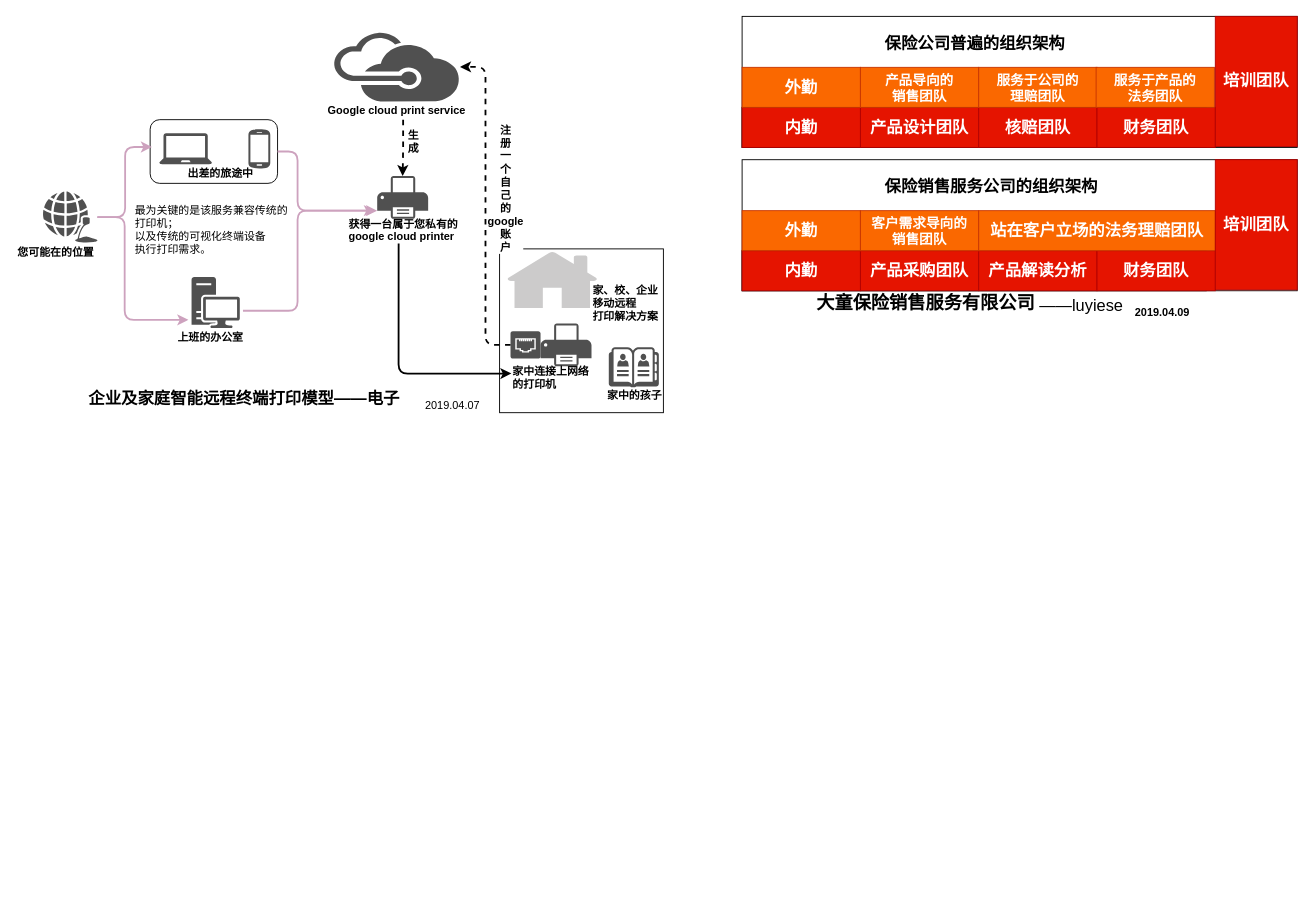
Before: 大童保险服务.drawio in UTOUUCENTER-CD/draw.io, a draw.io diagram. Source tidied: cells renumbered, new cells numbered last; positions are measured from the earlier drawing's top-left corner, leaving out a move shared by most shapes. Both pictures are drawn from the tidied source at 91%, with x=0, y=0 at pixel (15, 16).
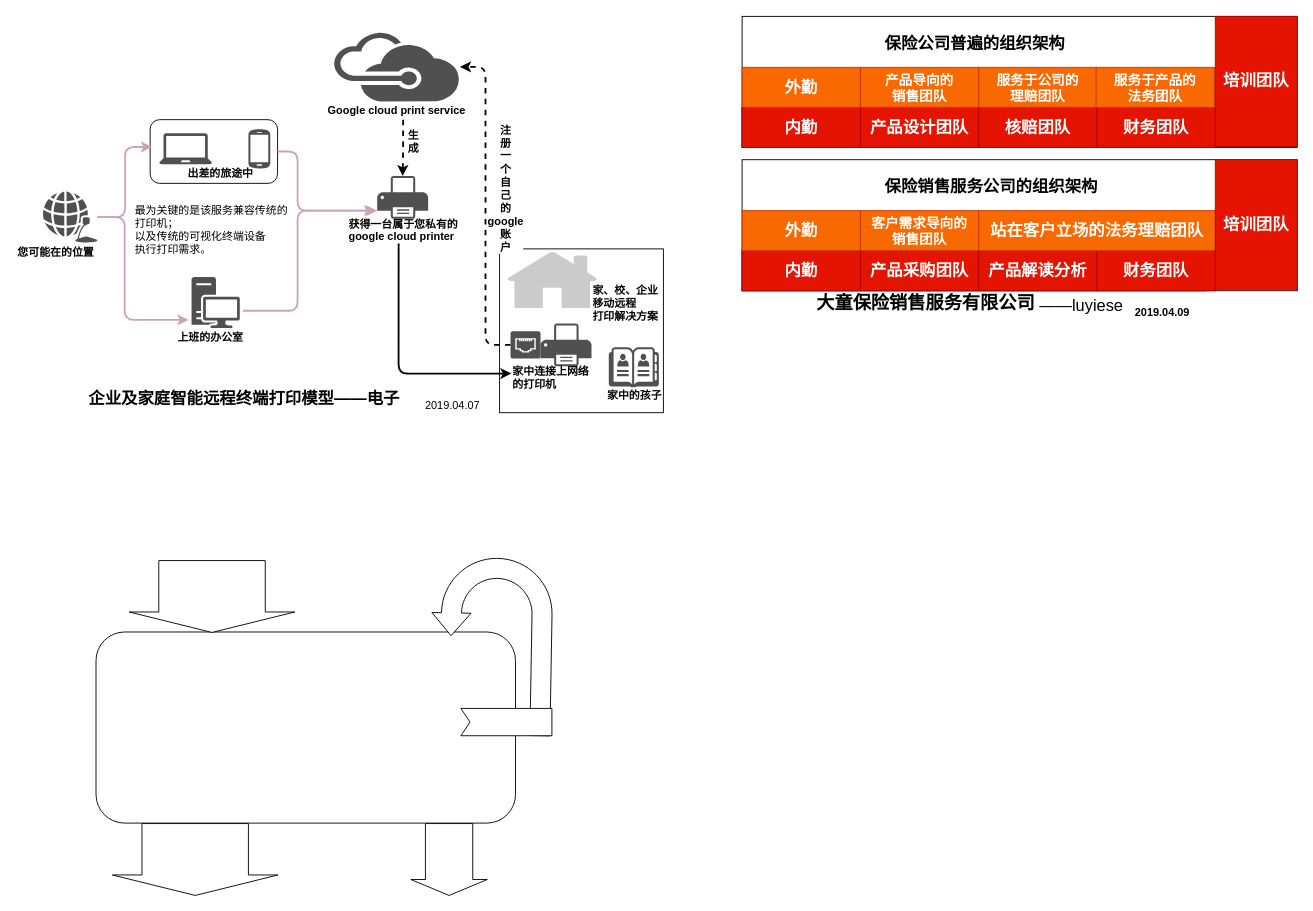
After the change.

Commit message:
Update 大童保险服务.drawio

Change to the diagram source:
```diff
@@
+    <mxCell id="73" style="rounded=1;whiteSpace=wrap;html=1;" parent="1" vertex="1">
+      <mxGeometry x="88" y="676" width="461" height="210" as="geometry" />
+    </mxCell>
+    <mxCell id="74" style="shape=singleArrow;whiteSpace=wrap;html=1;rotation=90;arrowWidth=0.6190476190476191;arrowSize=0.22151898734177214;" parent="1" vertex="1">
+      <mxGeometry x="436.5" y="884" width="79" height="84" as="geometry" />
+    </mxCell>
+    <mxCell id="75" style="shape=singleArrow;whiteSpace=wrap;html=1;rotation=90;arrowWidth=0.6428571428571429;arrowSize=0.2848101265822785;" parent="1" vertex="1">
+      <mxGeometry x="157.5" y="835" width="79" height="182" as="geometry" />
+    </mxCell>
+    <mxCell id="76" style="shape=singleArrow;whiteSpace=wrap;html=1;rotation=90;arrowWidth=0.6428571428571429;arrowSize=0.2848101265822785;" parent="1" vertex="1">
+      <mxGeometry x="176" y="546" width="79" height="182" as="geometry" />
+    </mxCell>
+    <mxCell id="77" style="html=1;shadow=0;dashed=0;align=center;verticalAlign=middle;shape=mxgraph.arrows2.uTurnArrow;dy=11;arrowHead=43;dx2=25;flipV=1;rotation=91;" parent="1" vertex="1">
+      <mxGeometry x="425.5" y="626" width="194" height="132" as="geometry" />
+    </mxCell>
+    <mxCell id="78" style="html=1;shadow=0;dashed=0;align=center;verticalAlign=middle;shape=mxgraph.arrows2.arrow;dy=0;dx=0;notch=10;" parent="1" vertex="1">
+      <mxGeometry x="489" y="760" width="100" height="30" as="geometry" />
+    </mxCell>
```
